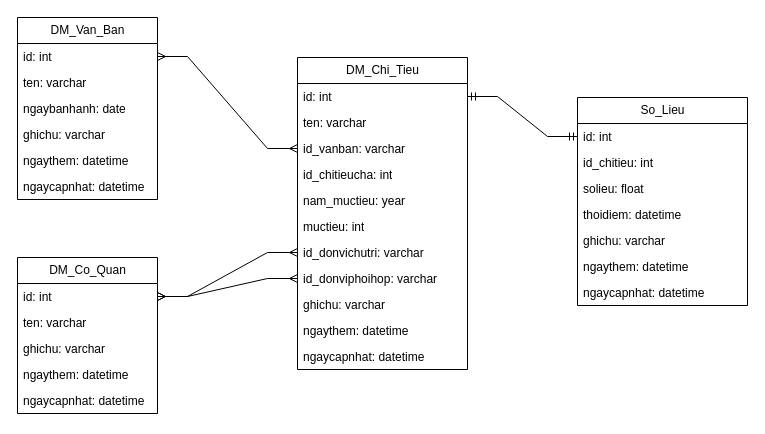
Before: csdlcnttbcvt.drawio in pnptai94/giaydiduongbluezone, a draw.io diagram. Source tidied: cells renumbered, new cells numbered last; positions are measured from the earlier drawing's top-left corner, leaving out a move shared by most shapes. Both pictures are drawn from the tidied source at 100%, with x=0, y=0 at pixel (17, 17).
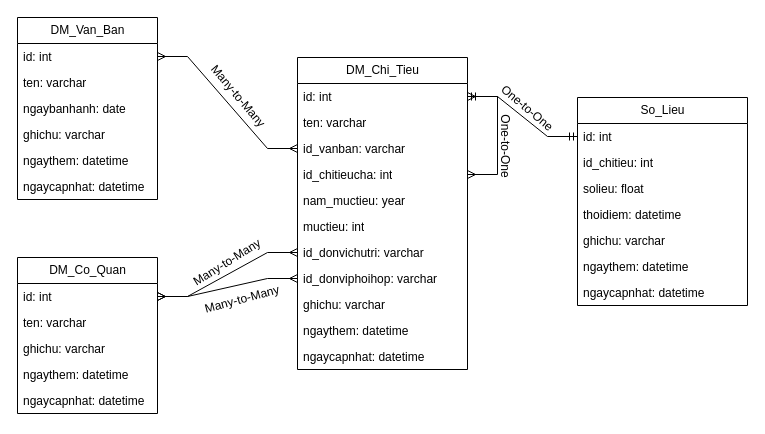
Above is the later version.

Unchanged cells that the change refers to:
```xml
<mxCell id="9" value="DM_Chi_Tieu" style="swimlane;fontStyle=0;horizontal=1;startSize=26;fillColor=none;html=1;" parent="1" vertex="1">
  <mxGeometry x="280" y="40" width="170" height="312" as="geometry" />
</mxCell>
<mxCell id="10" value="id: int" style="text;strokeColor=none;fillColor=none;align=left;verticalAlign=top;spacingLeft=4;spacingRight=4;overflow=hidden;points=[[0,0.5],[1,0.5]];portConstraint=eastwest;whiteSpace=wrap;html=1;" parent="9" vertex="1">
  <mxGeometry y="26" width="170" height="26" as="geometry" />
</mxCell>
<mxCell id="13" value="id_chitieucha: int" style="text;strokeColor=none;fillColor=none;align=left;verticalAlign=top;spacingLeft=4;spacingRight=4;overflow=hidden;points=[[0,0.5],[1,0.5]];portConstraint=eastwest;whiteSpace=wrap;html=1;" parent="9" vertex="1">
  <mxGeometry y="104" width="170" height="26" as="geometry" />
</mxCell>
```

Change to the diagram source:
```diff
@@
+    <mxCell id="39" style="edgeStyle=entityRelationEdgeStyle;fontSize=12;html=1;endArrow=ERmany;startArrow=ERmany;rounded=0;exitX=1;exitY=0.5;exitDx=0;exitDy=0;entryX=1;entryY=0.5;entryDx=0;entryDy=0;" parent="9" edge="1" source="10" target="13">
+      <mxGeometry relative="1" as="geometry" />
+    </mxCell>
@@
+    <mxCell id="40" value="Many-to-Many" style="text;html=1;strokeColor=none;fillColor=none;align=center;verticalAlign=middle;whiteSpace=wrap;rounded=0;rotation=50;" parent="1" vertex="1">
+      <mxGeometry x="181" y="64" width="80" height="30" as="geometry" />
+    </mxCell>
+    <mxCell id="41" value="Many-to-Many" style="text;html=1;strokeColor=none;fillColor=none;align=center;verticalAlign=middle;whiteSpace=wrap;rounded=0;rotation=-32;" parent="1" vertex="1">
+      <mxGeometry x="170" y="230" width="80" height="30" as="geometry" />
+    </mxCell>
+    <mxCell id="42" value="Many-to-Many" style="text;html=1;strokeColor=none;fillColor=none;align=center;verticalAlign=middle;whiteSpace=wrap;rounded=0;rotation=-15;" parent="1" vertex="1">
+      <mxGeometry x="185" y="267" width="80" height="30" as="geometry" />
+    </mxCell>
+    <mxCell id="43" value="One-to-One" style="text;html=1;strokeColor=none;fillColor=none;align=center;verticalAlign=middle;whiteSpace=wrap;rounded=0;rotation=40;" parent="1" vertex="1">
+      <mxGeometry x="470" y="76" width="80" height="30" as="geometry" />
+    </mxCell>
+    <mxCell id="44" value="One-to-One" style="text;html=1;strokeColor=none;fillColor=none;align=center;verticalAlign=middle;whiteSpace=wrap;rounded=0;rotation=90;" parent="1" vertex="1">
+      <mxGeometry x="448" y="114" width="80" height="30" as="geometry" />
+    </mxCell>
```
